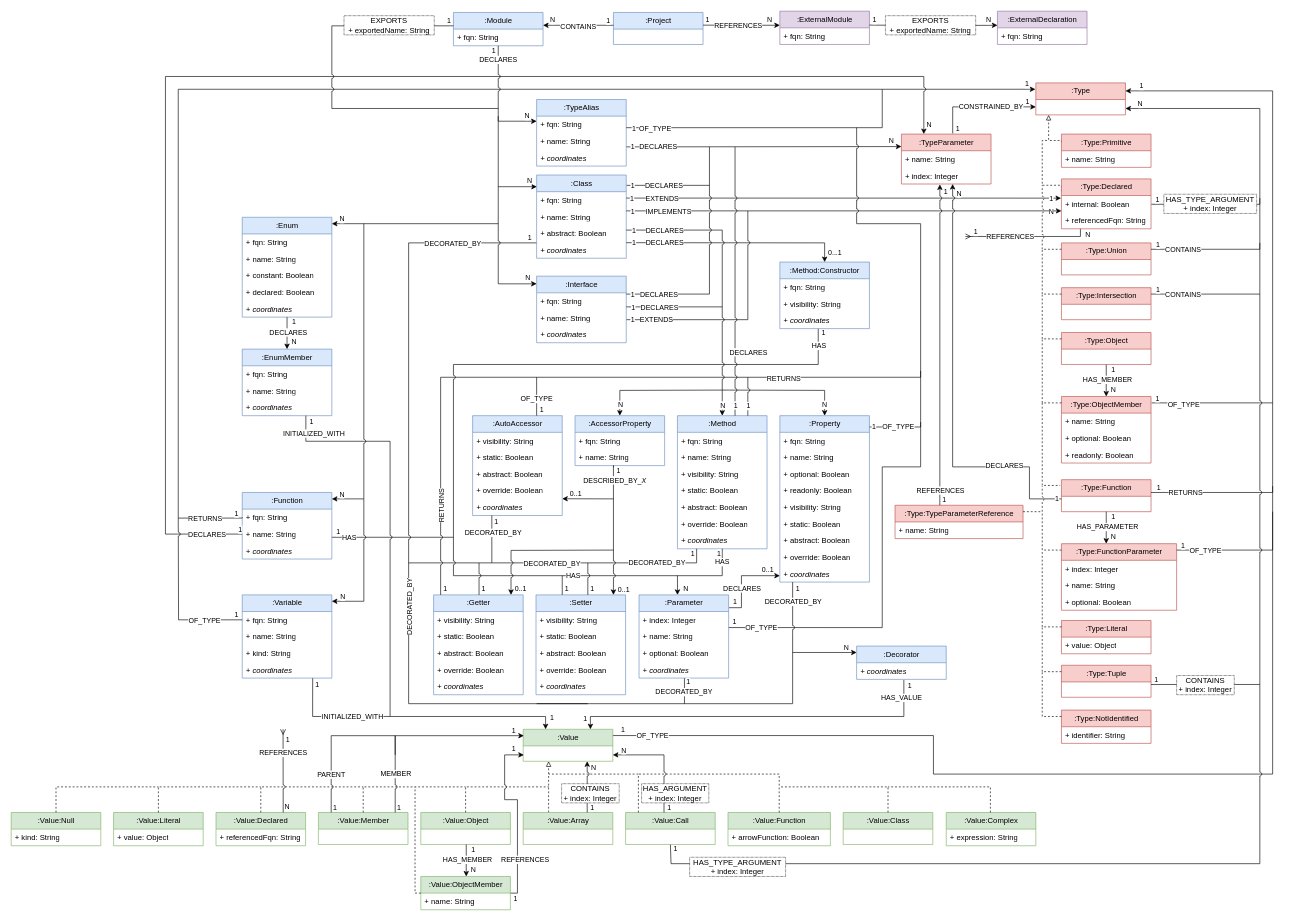
Before: docs/jqa-ts-plugin-model.drawio in jqassistant-plugin/jqassistant-typescript-plugin, a draw.io diagram. Source tidied: cells renumbered, new cells numbered last; positions are measured from the earlier drawing's top-left corner, leaving out a move shared by most shapes. Both pictures are drawn from the tidied source at 64%, with x=0, y=0 at pixel (11, 11).
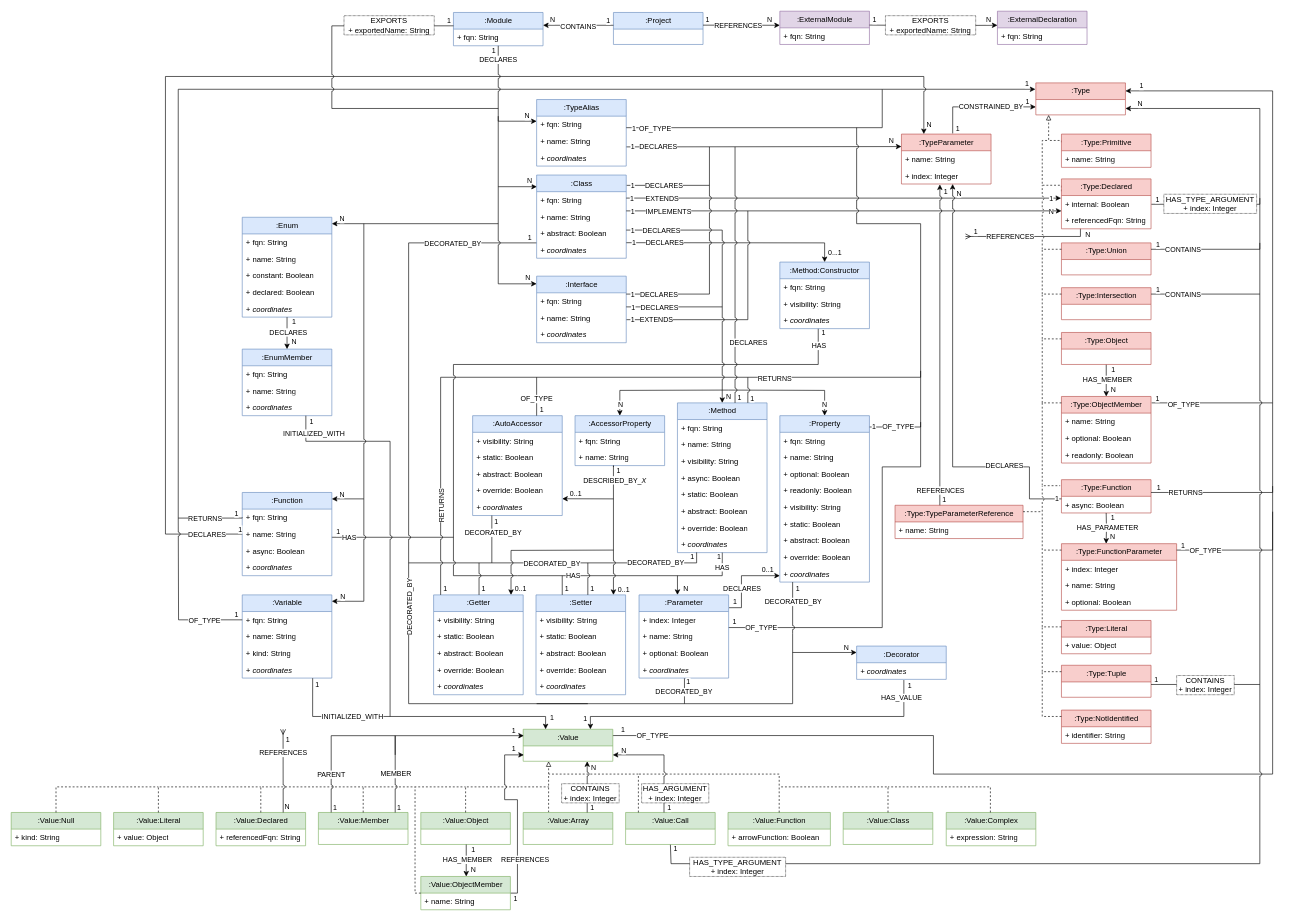
Above is the later version.

Unchanged cells that the change refers to:
```xml
<mxCell id="68" value=":Type:FunctionParameter" style="swimlane;fontStyle=0;horizontal=1;startSize=26;fillColor=#f8cecc;html=1;strokeColor=#b85450;" parent="1" vertex="1">
  <mxGeometry x="1641" y="832" width="180" height="104" as="geometry" />
</mxCell>
<mxCell id="280" style="endArrow=classic;html=1;rounded=0;edgeStyle=orthogonalEdgeStyle;entryX=0.5;entryY=0;entryDx=0;entryDy=0;jumpStyle=arc;" parent="1" edge="1" target="130">
  <mxGeometry relative="1" as="geometry">
    <mxPoint x="961" y="342" as="sourcePoint" />
    <Array as="points">
      <mxPoint x="961" y="342" />
      <mxPoint x="1111" y="342" />
    </Array>
  </mxGeometry>
</mxCell>
```

Diff of the diagram source:
```diff
@@
     <mxCell id="56" value=":Type:Function" style="swimlane;fontStyle=0;horizontal=1;startSize=26;fillColor=#f8cecc;html=1;strokeColor=#b85450;" parent="1" vertex="1">
-      <mxGeometry x="1641" y="732" width="140" height="50" as="geometry" />
+      <mxGeometry x="1641" y="732" width="140" height="52" as="geometry" />
     </mxCell>
+    <mxCell id="407" value="+ async: Boolean" style="text;strokeColor=none;fillColor=none;align=left;verticalAlign=top;spacingLeft=4;spacingRight=4;overflow=hidden;whiteSpace=wrap;html=1;" parent="56" vertex="1">
+      <mxGeometry y="26" width="140" height="26" as="geometry" />
+    </mxCell>
@@
-    <mxCell id="75" style="edgeStyle=orthogonalEdgeStyle;rounded=0;orthogonalLoop=1;jettySize=auto;html=1;exitX=0.5;exitY=1;exitDx=0;exitDy=0;entryX=0.5;entryY=0;entryDx=0;entryDy=0;" parent="1" edge="1">
+    <mxCell id="75" style="edgeStyle=orthogonalEdgeStyle;rounded=0;jettySize=auto;html=1;entryX=0.388;entryY=0;entryDx=0;entryDy=0;entryPerimeter=0;" parent="1" edge="1" target="68">
       <mxGeometry relative="1" as="geometry">
-        <mxPoint x="1711" y="782" as="sourcePoint" />
-        <mxPoint x="1711" y="832" as="targetPoint" />
+        <mxPoint x="1710.9" y="784" as="sourcePoint" />
       </mxGeometry>
     </mxCell>
@@
     <mxCell id="77" value="1" style="edgeLabel;html=1;align=center;verticalAlign=middle;" parent="75" vertex="1">
       <mxGeometry x="-0.74" y="1" relative="1" as="geometry">
-        <mxPoint x="9" as="offset" />
+        <mxPoint x="8" y="1" as="offset" />
       </mxGeometry>
     </mxCell>
@@
     <mxCell id="130" value=":Method" style="swimlane;fontStyle=0;horizontal=1;startSize=26;fillColor=#dae8fc;html=1;strokeColor=#6c8ebf;" parent="1" vertex="1">
-      <mxGeometry x="1041" y="632" width="140" height="208" as="geometry" />
+      <mxGeometry x="1041" y="612" width="140" height="234" as="geometry" />
     </mxCell>
@@
+    <mxCell id="408" value="+ async: Boolean" style="text;strokeColor=none;fillColor=none;align=left;verticalAlign=top;spacingLeft=4;spacingRight=4;overflow=hidden;whiteSpace=wrap;html=1;" parent="130" vertex="1">
+      <mxGeometry y="104" width="140" height="26" as="geometry" />
+    </mxCell>
     <mxCell id="134" value="+ static: Boolean" style="text;strokeColor=none;fillColor=none;align=left;verticalAlign=top;spacingLeft=4;spacingRight=4;overflow=hidden;whiteSpace=wrap;html=1;" parent="130" vertex="1">
-      <mxGeometry y="104" width="140" height="26" as="geometry" />
+      <mxGeometry y="130" width="140" height="26" as="geometry" />
     </mxCell>
     <mxCell id="135" value="+ abstract: Boolean" style="text;strokeColor=none;fillColor=none;align=left;verticalAlign=top;spacingLeft=4;spacingRight=4;overflow=hidden;whiteSpace=wrap;html=1;" parent="130" vertex="1">
-      <mxGeometry y="130" width="140" height="26" as="geometry" />
+      <mxGeometry y="156" width="140" height="26" as="geometry" />
     </mxCell>
     <mxCell id="136" value="+ override: Boolean" style="text;strokeColor=none;fillColor=none;align=left;verticalAlign=top;spacingLeft=4;spacingRight=4;overflow=hidden;whiteSpace=wrap;html=1;" parent="130" vertex="1">
-      <mxGeometry y="156" width="140" height="26" as="geometry" />
+      <mxGeometry y="182" width="140" height="26" as="geometry" />
     </mxCell>
     <mxCell id="137" value="&lt;i&gt;+ coordinates&lt;/i&gt;" style="text;strokeColor=none;fillColor=none;align=left;verticalAlign=top;spacingLeft=4;spacingRight=4;overflow=hidden;points=[[0,0.5],[1,0.5]];portConstraint=eastwest;whiteSpace=wrap;html=1;" parent="130" vertex="1">
-      <mxGeometry y="182" width="140" height="26" as="geometry" />
+      <mxGeometry y="208" width="140" height="26" as="geometry" />
     </mxCell>
@@
     <mxCell id="177" value=":Function" style="swimlane;fontStyle=0;horizontal=1;startSize=26;fillColor=#dae8fc;html=1;strokeColor=#6c8ebf;" parent="1" vertex="1">
-      <mxGeometry x="361" y="752" width="140" height="104" as="geometry" />
+      <mxGeometry x="361" y="752" width="140" height="130" as="geometry" />
     </mxCell>
@@
+    <mxCell id="409" value="+ async: Boolean" style="text;strokeColor=none;fillColor=none;align=left;verticalAlign=top;spacingLeft=4;spacingRight=4;overflow=hidden;whiteSpace=wrap;html=1;" parent="177" vertex="1">
+      <mxGeometry y="78" width="140" height="26" as="geometry" />
+    </mxCell>
     <mxCell id="183" value="&lt;i&gt;+ coordinates&lt;/i&gt;" style="text;strokeColor=none;fillColor=none;align=left;verticalAlign=top;spacingLeft=4;spacingRight=4;overflow=hidden;whiteSpace=wrap;html=1;" parent="177" vertex="1">
-      <mxGeometry y="78" width="140" height="26" as="geometry" />
+      <mxGeometry y="104" width="140" height="26" as="geometry" />
     </mxCell>
@@
     <mxCell id="255" style="endArrow=none;html=1;rounded=0;edgeStyle=orthogonalEdgeStyle;jumpStyle=arc;" parent="1" edge="1">
       <mxGeometry relative="1" as="geometry">
-        <mxPoint x="1151" y="632" as="sourcePoint" />
+        <mxPoint x="1151" y="612" as="sourcePoint" />
         <mxPoint x="1421" y="562" as="targetPoint" />
         <Array as="points">
-          <mxPoint x="1151" y="632" />
           <mxPoint x="1151" y="572" />
           <mxPoint x="1421" y="572" />
         </Array>
       </mxGeometry>
     </mxCell>
     <mxCell id="256" value="1" style="edgeLabel;html=1;align=center;verticalAlign=middle;" parent="255" vertex="1">
       <mxGeometry x="-0.93" y="-1" relative="1" as="geometry">
-        <mxPoint x="-1" y="-4" as="offset" />
+        <mxPoint x="5" y="3" as="offset" />
       </mxGeometry>
     </mxCell>
     <mxCell id="257" value="RETURNS" style="edgeLabel;html=1;align=center;verticalAlign=middle;" parent="255" vertex="1">
       <mxGeometry x="-0.45" y="-2" relative="1" as="geometry">
-        <mxPoint x="21" y="-1" as="offset" />
+        <mxPoint x="-7" y="-1" as="offset" />
       </mxGeometry>
     </mxCell>
@@
-    <mxCell id="260" style="endArrow=none;html=1;rounded=0;edgeStyle=orthogonalEdgeStyle;exitX=0.5;exitY=1.011;exitDx=0;exitDy=0;exitPerimeter=0;" parent="1" edge="1">
+    <mxCell id="260" style="endArrow=none;html=1;rounded=0;edgeStyle=orthogonalEdgeStyle;exitX=0.5;exitY=1;exitDx=0;exitDy=0;" parent="1" edge="1" source="130">
       <mxGeometry relative="1" as="geometry">
-        <mxPoint x="1111" y="840" as="sourcePoint" />
         <mxPoint x="941" y="882" as="targetPoint" />
         <Array as="points">
           <mxPoint x="1111" y="882" />
-          <mxPoint x="941" y="882" />
         </Array>
       </mxGeometry>
     </mxCell>
@@
     <mxCell id="262" value="HAS" style="edgeLabel;html=1;align=center;verticalAlign=middle;" parent="260" vertex="1">
-      <mxGeometry x="-0.81" y="-1" relative="1" as="geometry" />
+      <mxGeometry x="-0.81" y="-1" relative="1" as="geometry">
+        <mxPoint y="2" as="offset" />
+      </mxGeometry>
     </mxCell>
@@
-    <mxCell id="271" style="endArrow=none;html=1;rounded=0;exitX=0.714;exitY=1.006;exitDx=0;exitDy=0;exitPerimeter=0;edgeStyle=orthogonalEdgeStyle;" parent="1" edge="1">
+    <mxCell id="271" style="endArrow=none;html=1;rounded=0;edgeStyle=orthogonalEdgeStyle;exitX=0.214;exitY=0.985;exitDx=0;exitDy=0;exitPerimeter=0;" parent="1" edge="1" source="137">
       <mxGeometry relative="1" as="geometry">
-        <mxPoint x="1071" y="840" as="sourcePoint" />
         <mxPoint x="941" y="862" as="targetPoint" />
         <Array as="points">
           <mxPoint x="1071" y="862" />
         </Array>
       </mxGeometry>
     </mxCell>
@@
     <mxCell id="277" style="endArrow=none;html=1;rounded=0;jumpStyle=arc;" parent="1" edge="1">
       <mxGeometry relative="1" as="geometry">
-        <mxPoint x="1131" y="632" as="sourcePoint" />
+        <mxPoint x="1131" y="612" as="sourcePoint" />
         <mxPoint x="1131" y="212" as="targetPoint" />
       </mxGeometry>
     </mxCell>
     <mxCell id="278" value="1" style="edgeLabel;html=1;align=center;verticalAlign=middle;" parent="277" vertex="1">
       <mxGeometry x="-0.93" relative="1" as="geometry">
-        <mxPoint y="-2" as="offset" />
+        <mxPoint x="6" y="5" as="offset" />
       </mxGeometry>
     </mxCell>
@@
     <mxCell id="283" value="N" style="edgeLabel;html=1;align=center;verticalAlign=middle;" parent="280" vertex="1">
       <mxGeometry x="0.93" y="-2" relative="1" as="geometry">
-        <mxPoint x="2" y="-2" as="offset" />
+        <mxPoint x="11" y="5" as="offset" />
       </mxGeometry>
     </mxCell>
```
